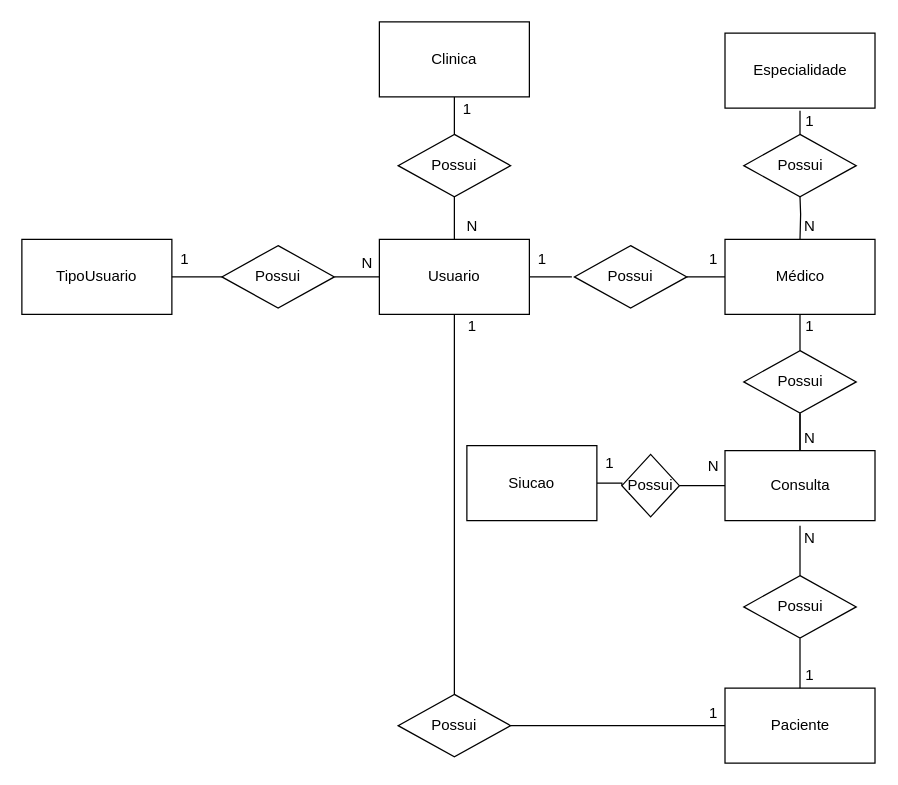
Henrique-Santana/Senai_SpMedGroup_BackEnd_BD_manha_henriquebarreirosantana keeps this draw.io diagram as page "conceitual" (1 of 2) of Project_spmedgruop/Modelagem MER/Modelagem_spmedgroup.drawio. Above is the earlier version. Source tidied: cells renumbered, new cells numbered last; positions are measured from the earlier drawing's top-left corner, leaving out a move shared by most shapes. Both pictures are drawn from the tidied source at 125%, with x=0, y=0 at pixel (21, 21).
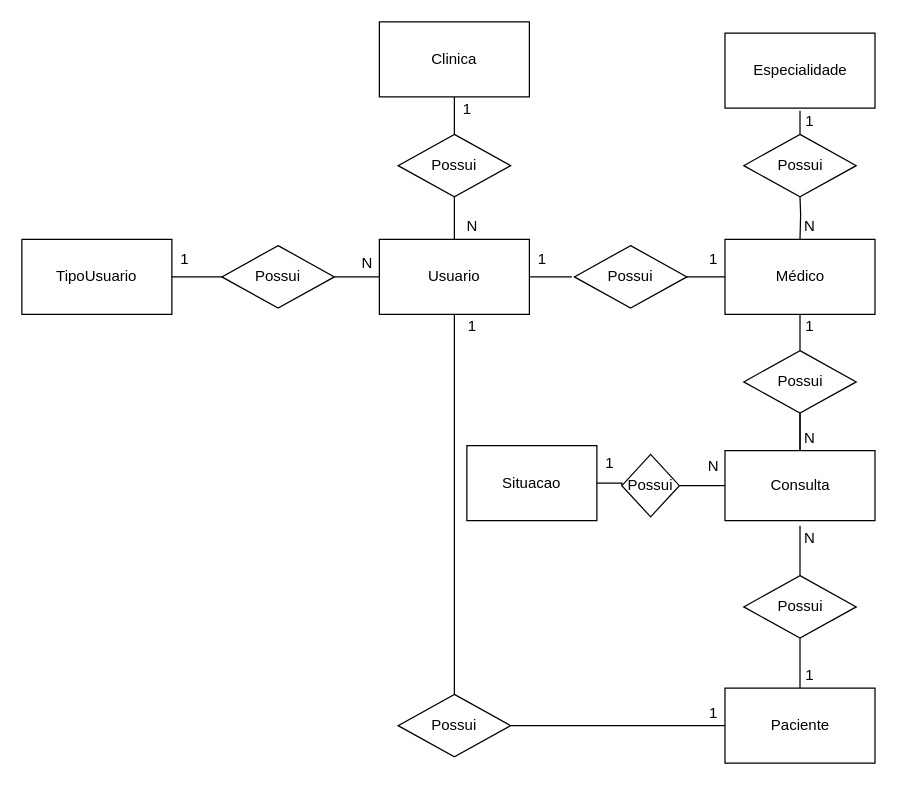
Above is the later version.

Diff of the diagram source:
```diff
@@
-    <mxCell id="46" value="Siucao" style="rounded=0;whiteSpace=wrap;html=1;" parent="1" vertex="1">
+    <mxCell id="46" value="Situacao" style="rounded=0;whiteSpace=wrap;html=1;" parent="1" vertex="1">
       <mxGeometry x="356" y="339" width="104" height="60" as="geometry" />
     </mxCell>
```
